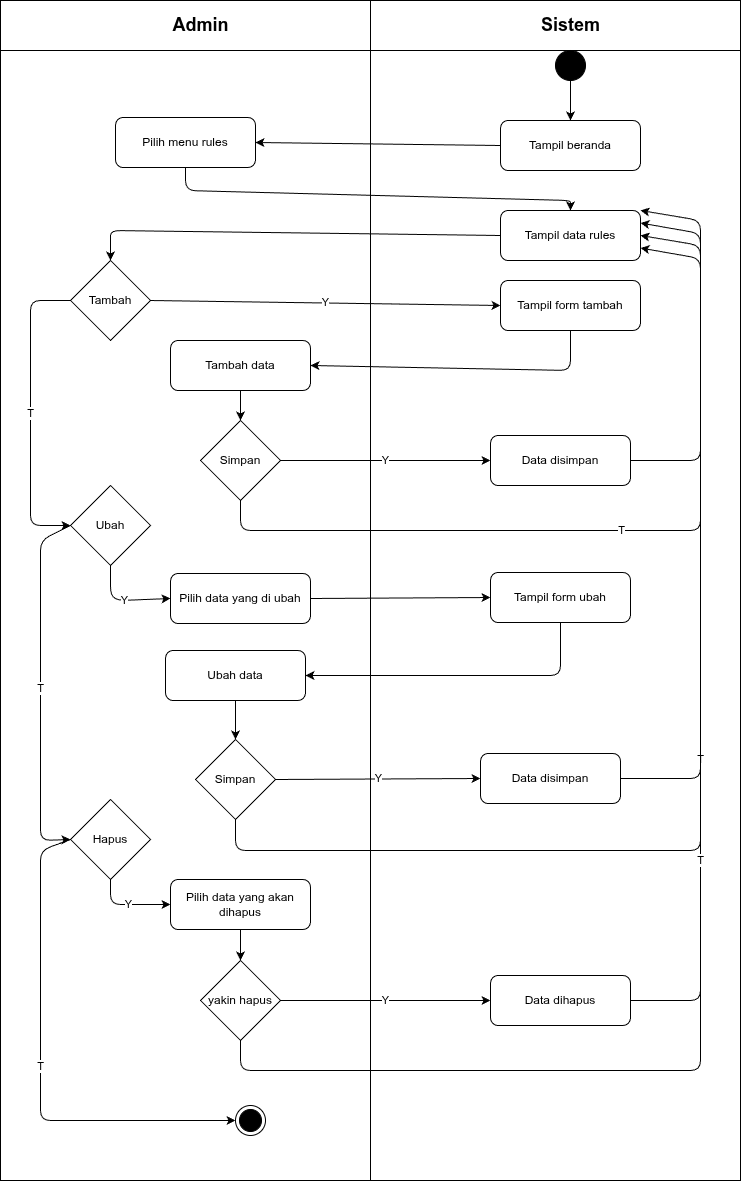
This is diagram/activity/admin/crud-rules.png from RajaSunrise/kangkungku, a draw.io export, as it was before one commit. Source tidied: cells renumbered, new cells last; positions are measured from the earlier drawing's top-left corner, leaving out a move shared by most shapes. The source it was exported from:
```xml
<mxGraphModel>
  <root>
    <mxCell id="0" />
    <mxCell id="1" parent="0" />
    <mxCell id="2" style="shape=internalStorage;whiteSpace=wrap;html=1;backgroundOutline=1;dx=370;dy=50;" parent="1" vertex="1">
      <mxGeometry width="740" height="1180" as="geometry" />
    </mxCell>
    <mxCell id="3" value="Admin" style="text;html=1;strokeColor=none;fillColor=none;align=center;verticalAlign=middle;rounded=1;fontSize=18;fontStyle=1;" parent="1" vertex="1">
      <mxGeometry x="165" y="10" width="70" height="30" as="geometry" />
    </mxCell>
    <mxCell id="4" value="Sistem" style="text;html=1;strokeColor=none;fillColor=none;align=center;verticalAlign=middle;rounded=1;fontSize=18;fontStyle=1;" parent="1" vertex="1">
      <mxGeometry x="535" y="10" width="70" height="30" as="geometry" />
    </mxCell>
    <mxCell id="5" style="ellipse;whiteSpace=wrap;html=1;fillColor=#000000;strokeColor=#000000;" parent="1" vertex="1">
      <mxGeometry x="555" y="50" width="30" height="30" as="geometry" />
    </mxCell>
    <mxCell id="6" value="Tampil beranda" style="rounded=1;whiteSpace=wrap;html=1;" parent="1" vertex="1">
      <mxGeometry x="500" y="120" width="140" height="50" as="geometry" />
    </mxCell>
    <mxCell id="7" style="endArrow=classic;html=1;exitX=0.5;exitY=1;entryX=0.5;entryY=0;" parent="1" edge="1" source="5" target="6">
      <mxGeometry relative="1" as="geometry" />
    </mxCell>
    <mxCell id="8" value="Pilih menu rules" style="rounded=1;whiteSpace=wrap;html=1;" parent="1" vertex="1">
      <mxGeometry x="115" y="117" width="140" height="50" as="geometry" />
    </mxCell>
    <mxCell id="9" style="endArrow=classic;html=1;exitX=0;exitY=0.5;entryX=1;entryY=0.5;" parent="1" edge="1" source="6" target="8">
      <mxGeometry relative="1" as="geometry" />
    </mxCell>
    <mxCell id="10" value="Tampil data rules" style="rounded=1;whiteSpace=wrap;html=1;" parent="1" vertex="1">
      <mxGeometry x="500" y="210" width="140" height="50" as="geometry" />
    </mxCell>
    <mxCell id="11" style="endArrow=classic;html=1;exitX=0.5;exitY=1;entryX=0.5;entryY=0;entryDx=0;entryDy=0;" parent="1" edge="1" source="8" target="10">
      <mxGeometry relative="1" as="geometry">
        <Array as="points">
          <mxPoint x="185" y="190" />
          <mxPoint x="570" y="200" />
        </Array>
      </mxGeometry>
    </mxCell>
    <mxCell id="12" value="Tambah" style="rhombus;whiteSpace=wrap;html=1;" parent="1" vertex="1">
      <mxGeometry x="70" y="260" width="80" height="80" as="geometry" />
    </mxCell>
    <mxCell id="13" style="endArrow=classic;html=1;exitX=0;exitY=0.5;entryX=0.5;entryY=0;exitDx=0;exitDy=0;" parent="1" edge="1" source="10" target="12">
      <mxGeometry relative="1" as="geometry">
        <Array as="points">
          <mxPoint x="110" y="230" />
          <mxPoint x="110" y="240" />
        </Array>
      </mxGeometry>
    </mxCell>
    <mxCell id="14" value="Tampil form tambah" style="rounded=1;whiteSpace=wrap;html=1;" parent="1" vertex="1">
      <mxGeometry x="500" y="280" width="140" height="50" as="geometry" />
    </mxCell>
    <mxCell id="15" value="Y" style="endArrow=classic;html=1;exitX=1;exitY=0.5;entryX=0;entryY=0.5;" parent="1" edge="1" source="12" target="14">
      <mxGeometry relative="1" as="geometry" />
    </mxCell>
    <mxCell id="16" value="Tambah data" style="rounded=1;whiteSpace=wrap;html=1;" parent="1" vertex="1">
      <mxGeometry x="170" y="340" width="140" height="50" as="geometry" />
    </mxCell>
    <mxCell id="17" style="endArrow=classic;html=1;exitX=0.5;exitY=1;entryX=1;entryY=0.5;" parent="1" edge="1" source="14" target="16">
      <mxGeometry relative="1" as="geometry">
        <Array as="points">
          <mxPoint x="570" y="370" />
        </Array>
      </mxGeometry>
    </mxCell>
    <mxCell id="18" value="Simpan" style="rhombus;whiteSpace=wrap;html=1;" parent="1" vertex="1">
      <mxGeometry x="200" y="420" width="80" height="80" as="geometry" />
    </mxCell>
    <mxCell id="19" style="endArrow=classic;html=1;exitX=0.5;exitY=1;entryX=0.5;entryY=0;" parent="1" edge="1" source="16" target="18">
      <mxGeometry relative="1" as="geometry" />
    </mxCell>
    <mxCell id="20" value="Data disimpan" style="rounded=1;whiteSpace=wrap;html=1;" parent="1" vertex="1">
      <mxGeometry x="490" y="435" width="140" height="50" as="geometry" />
    </mxCell>
    <mxCell id="21" value="Y" style="endArrow=classic;html=1;exitX=1;exitY=0.5;entryX=0;entryY=0.5;" parent="1" edge="1" source="18" target="20">
      <mxGeometry relative="1" as="geometry" />
    </mxCell>
    <mxCell id="22" style="endArrow=classic;html=1;exitX=1;exitY=0.5;entryX=1;entryY=0.5;" parent="1" edge="1" source="20" target="10">
      <mxGeometry relative="1" as="geometry">
        <Array as="points">
          <mxPoint x="700" y="460" />
          <mxPoint x="700" y="245" />
        </Array>
      </mxGeometry>
    </mxCell>
    <mxCell id="23" value="T" style="endArrow=classic;html=1;exitX=0.5;exitY=1;entryX=1;entryY=0.75;" parent="1" edge="1" source="18" target="10">
      <mxGeometry relative="1" as="geometry">
        <Array as="points">
          <mxPoint x="240" y="530" />
          <mxPoint x="700" y="530" />
          <mxPoint x="700" y="258" />
        </Array>
      </mxGeometry>
    </mxCell>
    <mxCell id="24" value="Ubah" style="rhombus;whiteSpace=wrap;html=1;" parent="1" vertex="1">
      <mxGeometry x="70" y="485" width="80" height="80" as="geometry" />
    </mxCell>
    <mxCell id="25" value="T" style="endArrow=classic;html=1;exitX=0;exitY=0.5;entryX=0;entryY=0.5;exitDx=0;exitDy=0;entryDx=0;entryDy=0;" parent="1" edge="1" source="12" target="24">
      <mxGeometry relative="1" as="geometry">
        <Array as="points">
          <mxPoint x="30" y="300" />
          <mxPoint x="30" y="525" />
        </Array>
      </mxGeometry>
    </mxCell>
    <mxCell id="26" value="Pilih data yang di ubah" style="rounded=1;whiteSpace=wrap;html=1;" parent="1" vertex="1">
      <mxGeometry x="170" y="573" width="140" height="50" as="geometry" />
    </mxCell>
    <mxCell id="27" value="Y" style="endArrow=classic;html=1;exitX=0.5;exitY=1;entryX=0;entryY=0.5;entryDx=0;entryDy=0;exitDx=0;exitDy=0;" parent="1" edge="1" source="24" target="26">
      <mxGeometry relative="1" as="geometry">
        <Array as="points">
          <mxPoint x="110" y="596" />
          <mxPoint x="120" y="600" />
        </Array>
      </mxGeometry>
    </mxCell>
    <mxCell id="28" value="Tampil form ubah" style="rounded=1;whiteSpace=wrap;html=1;" parent="1" vertex="1">
      <mxGeometry x="490" y="572" width="140" height="50" as="geometry" />
    </mxCell>
    <mxCell id="29" style="endArrow=classic;html=1;exitX=1;exitY=0.5;entryX=0;entryY=0.5;" parent="1" edge="1" source="26" target="28">
      <mxGeometry relative="1" as="geometry" />
    </mxCell>
    <mxCell id="30" value="Ubah data" style="rounded=1;whiteSpace=wrap;html=1;" parent="1" vertex="1">
      <mxGeometry x="165" y="650" width="140" height="50" as="geometry" />
    </mxCell>
    <mxCell id="31" style="endArrow=classic;html=1;exitX=0.5;exitY=1;entryX=1;entryY=0.5;" parent="1" edge="1" source="28" target="30">
      <mxGeometry relative="1" as="geometry">
        <Array as="points">
          <mxPoint x="560" y="675" />
        </Array>
      </mxGeometry>
    </mxCell>
    <mxCell id="32" value="Simpan" style="rhombus;whiteSpace=wrap;html=1;" parent="1" vertex="1">
      <mxGeometry x="195" y="739" width="80" height="80" as="geometry" />
    </mxCell>
    <mxCell id="33" style="endArrow=classic;html=1;exitX=0.5;exitY=1;entryX=0.5;entryY=0;" parent="1" edge="1" source="30" target="32">
      <mxGeometry relative="1" as="geometry" />
    </mxCell>
    <mxCell id="34" value="Data disimpan" style="rounded=1;whiteSpace=wrap;html=1;" parent="1" vertex="1">
      <mxGeometry x="480" y="753" width="140" height="50" as="geometry" />
    </mxCell>
    <mxCell id="35" value="Y" style="endArrow=classic;html=1;exitX=1;exitY=0.5;entryX=0;entryY=0.5;" parent="1" edge="1" source="32" target="34">
      <mxGeometry relative="1" as="geometry" />
    </mxCell>
    <mxCell id="36" style="endArrow=classic;html=1;exitX=1;exitY=0.5;entryX=1;entryY=0.5;" parent="1" edge="1" source="34" target="10">
      <mxGeometry relative="1" as="geometry">
        <Array as="points">
          <mxPoint x="700" y="778" />
          <mxPoint x="700" y="245" />
        </Array>
      </mxGeometry>
    </mxCell>
    <mxCell id="37" value="T" style="endArrow=classic;html=1;exitX=0.5;exitY=1;entryX=1;entryY=0.25;" parent="1" edge="1" source="32" target="10">
      <mxGeometry relative="1" as="geometry">
        <Array as="points">
          <mxPoint x="235" y="850" />
          <mxPoint x="700" y="850" />
          <mxPoint x="700" y="233" />
        </Array>
      </mxGeometry>
    </mxCell>
    <mxCell id="38" value="Hapus" style="rhombus;whiteSpace=wrap;html=1;" parent="1" vertex="1">
      <mxGeometry x="70" y="799" width="80" height="80" as="geometry" />
    </mxCell>
    <mxCell id="39" value="T" style="endArrow=classic;html=1;exitX=0;exitY=0.5;entryX=0;entryY=0.5;exitDx=0;exitDy=0;entryDx=0;entryDy=0;" parent="1" edge="1" source="24" target="38">
      <mxGeometry relative="1" as="geometry">
        <Array as="points">
          <mxPoint x="40" y="540" />
          <mxPoint x="40" y="840" />
        </Array>
      </mxGeometry>
    </mxCell>
    <mxCell id="40" value="Pilih data yang akan dihapus" style="rounded=1;whiteSpace=wrap;html=1;" parent="1" vertex="1">
      <mxGeometry x="170" y="879" width="140" height="50" as="geometry" />
    </mxCell>
    <mxCell id="41" value="Y" style="endArrow=classic;html=1;exitX=0.5;exitY=1;entryX=0;entryY=0.5;exitDx=0;exitDy=0;entryDx=0;entryDy=0;" parent="1" edge="1" source="38" target="40">
      <mxGeometry relative="1" as="geometry">
        <Array as="points">
          <mxPoint x="110" y="904" />
        </Array>
      </mxGeometry>
    </mxCell>
    <mxCell id="42" value="yakin hapus" style="rhombus;whiteSpace=wrap;html=1;" parent="1" vertex="1">
      <mxGeometry x="200" y="960" width="80" height="80" as="geometry" />
    </mxCell>
    <mxCell id="43" style="endArrow=classic;html=1;exitX=0.5;exitY=1;entryX=0.5;entryY=0;exitDx=0;exitDy=0;" parent="1" edge="1" source="40" target="42">
      <mxGeometry relative="1" as="geometry" />
    </mxCell>
    <mxCell id="44" value="Data dihapus" style="rounded=1;whiteSpace=wrap;html=1;" parent="1" vertex="1">
      <mxGeometry x="490" y="975" width="140" height="50" as="geometry" />
    </mxCell>
    <mxCell id="45" value="Y" style="endArrow=classic;html=1;exitX=1;exitY=0.5;entryX=0;entryY=0.5;" parent="1" edge="1" source="42" target="44">
      <mxGeometry relative="1" as="geometry" />
    </mxCell>
    <mxCell id="46" style="endArrow=classic;html=1;exitX=1;exitY=0.5;entryX=1;entryY=0.5;" parent="1" edge="1" source="44" target="10">
      <mxGeometry relative="1" as="geometry">
        <Array as="points">
          <mxPoint x="700" y="1000" />
          <mxPoint x="700" y="245" />
        </Array>
      </mxGeometry>
    </mxCell>
    <mxCell id="47" value="T" style="endArrow=classic;html=1;exitX=0.5;exitY=1;entryX=1;entryY=0;" parent="1" edge="1" source="42" target="10">
      <mxGeometry relative="1" as="geometry">
        <Array as="points">
          <mxPoint x="240" y="1070" />
          <mxPoint x="700" y="1070" />
          <mxPoint x="700" y="220" />
        </Array>
      </mxGeometry>
    </mxCell>
    <mxCell id="48" style="ellipse;html=1;shape=endState;fillColor=#000000;strokeColor=#000000;" parent="1" vertex="1">
      <mxGeometry x="235" y="1105" width="30" height="30" as="geometry" />
    </mxCell>
    <mxCell id="49" value="T" style="endArrow=classic;html=1;exitX=0;exitY=0.5;entryX=0;entryY=0.5;entryDx=0;entryDy=0;exitDx=0;exitDy=0;" parent="1" edge="1" source="38" target="48">
      <mxGeometry relative="1" as="geometry">
        <Array as="points">
          <mxPoint x="40" y="850" />
          <mxPoint x="40" y="1120" />
        </Array>
      </mxGeometry>
    </mxCell>
  </root>
</mxGraphModel>
```
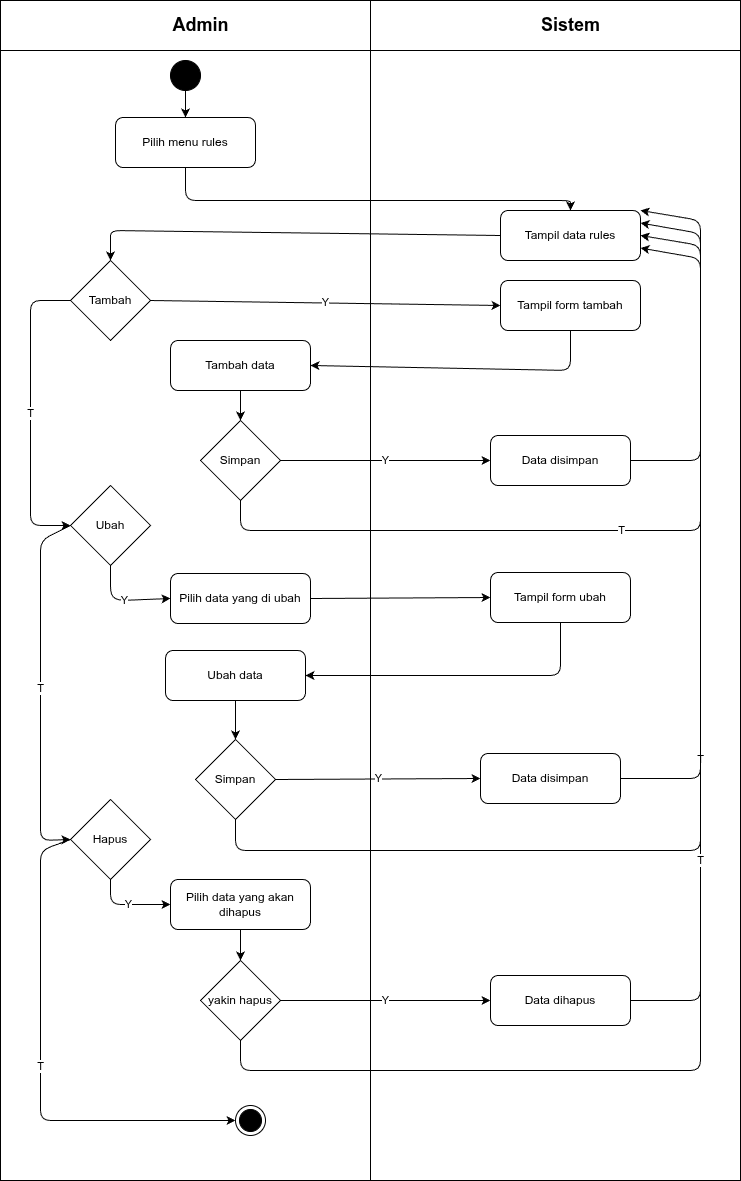
After the change.

The edit, as a diff of the source:
```diff
@@ -12,27 +12,21 @@
       <mxGeometry x="535" y="10" width="70" height="30" as="geometry" />
     </mxCell>
     <mxCell id="5" style="ellipse;whiteSpace=wrap;html=1;fillColor=#000000;strokeColor=#000000;" parent="1" vertex="1">
-      <mxGeometry x="555" y="50" width="30" height="30" as="geometry" />
+      <mxGeometry x="170" y="60" width="30" height="30" as="geometry" />
     </mxCell>
-    <mxCell id="6" value="Tampil beranda" style="rounded=1;whiteSpace=wrap;html=1;" parent="1" vertex="1">
-      <mxGeometry x="500" y="120" width="140" height="50" as="geometry" />
-    </mxCell>
-    <mxCell id="7" style="endArrow=classic;html=1;exitX=0.5;exitY=1;entryX=0.5;entryY=0;" parent="1" edge="1" source="5" target="6">
+    <mxCell id="7" style="endArrow=classic;html=1;exitX=0.5;exitY=1;entryX=0.5;entryY=0;entryDx=0;entryDy=0;" parent="1" edge="1" source="5" target="8">
       <mxGeometry relative="1" as="geometry" />
     </mxCell>
     <mxCell id="8" value="Pilih menu rules" style="rounded=1;whiteSpace=wrap;html=1;" parent="1" vertex="1">
       <mxGeometry x="115" y="117" width="140" height="50" as="geometry" />
     </mxCell>
-    <mxCell id="9" style="endArrow=classic;html=1;exitX=0;exitY=0.5;entryX=1;entryY=0.5;" parent="1" edge="1" source="6" target="8">
-      <mxGeometry relative="1" as="geometry" />
-    </mxCell>
     <mxCell id="10" value="Tampil data rules" style="rounded=1;whiteSpace=wrap;html=1;" parent="1" vertex="1">
       <mxGeometry x="500" y="210" width="140" height="50" as="geometry" />
     </mxCell>
     <mxCell id="11" style="endArrow=classic;html=1;exitX=0.5;exitY=1;entryX=0.5;entryY=0;entryDx=0;entryDy=0;" parent="1" edge="1" source="8" target="10">
       <mxGeometry relative="1" as="geometry">
         <Array as="points">
-          <mxPoint x="185" y="190" />
+          <mxPoint x="185" y="200" />
           <mxPoint x="570" y="200" />
         </Array>
       </mxGeometry>
```
